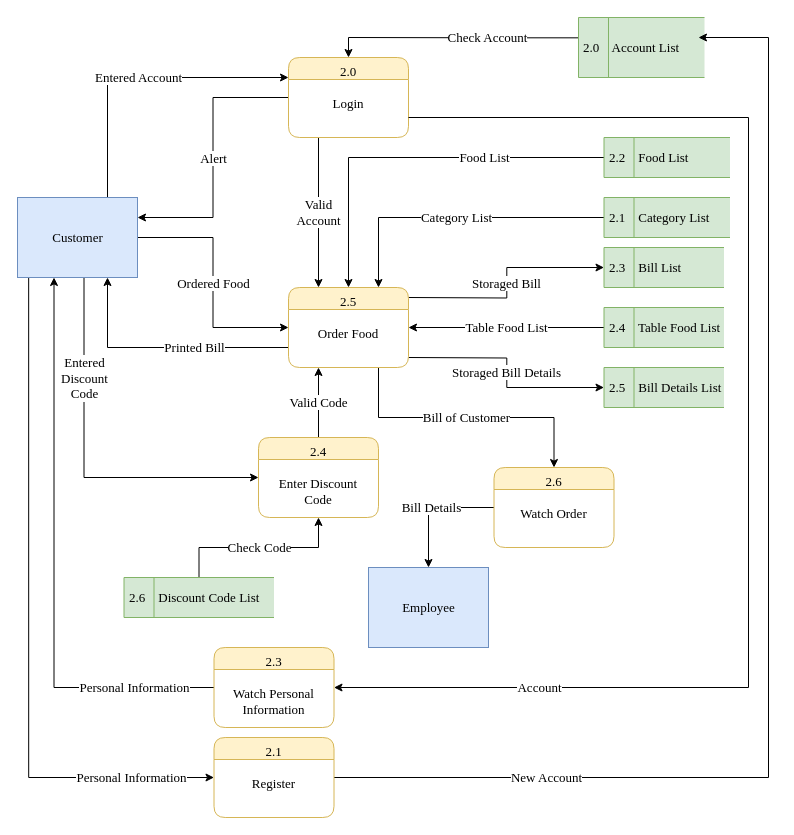
daomtthuan/do-an keeps this draw.io diagram as page "Level 2 - Customer" (6 of 9) of document/diagram/dfd.drawio. Above is the earlier version. Source tidied: cells renumbered, new cells numbered last; positions are measured from the earlier drawing's top-left corner, leaving out a move shared by most shapes. Both pictures are drawn from the tidied source at 100%, with x=0, y=0 at pixel (17, 17).
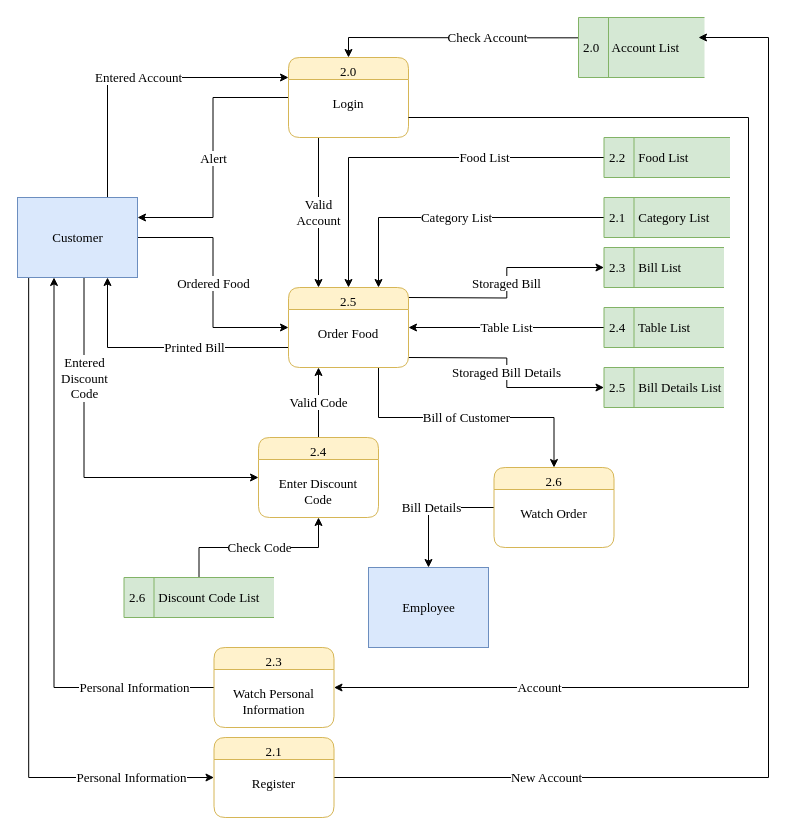
Above is the later version.

The change refers to these unchanged cells:
```xml
<mxCell id="20" value="2.5&#10;&#10;Order Food" style="swimlane;fontStyle=0;horizontal=1;startSize=22;fillColor=#fff2cc;swimlaneFillColor=#ffffff;rounded=1;strokeWidth=1;verticalAlign=top;arcSize=17;labelPosition=center;verticalLabelPosition=middle;align=center;fontFamily=Times New Roman;strokeColor=#d6b656;fontSize=13;" parent="1" vertex="1">
  <mxGeometry x="271" y="270" width="120" height="80" as="geometry" />
</mxCell>
```

The edit, as a diff of the source:
```diff
@@
-    <mxCell id="30" value="Table Food List" style="edgeStyle=orthogonalEdgeStyle;rounded=0;jettySize=auto;html=1;entryX=1;entryY=0.5;entryDx=0;entryDy=0;fontFamily=Times New Roman;fontSize=13;" parent="1" edge="1" source="31" target="20">
+    <mxCell id="30" value="Table List" style="edgeStyle=orthogonalEdgeStyle;rounded=0;jettySize=auto;html=1;entryX=1;entryY=0.5;entryDx=0;entryDy=0;fontFamily=Times New Roman;fontSize=13;" parent="1" edge="1" source="31" target="20">
       <mxGeometry relative="1" as="geometry" />
     </mxCell>
-    <mxCell id="31" value="2.4&amp;nbsp; &amp;nbsp; Table Food List" style="html=1;dashed=0;whitespace=wrap;shape=mxgraph.dfd.dataStoreID;align=left;spacingLeft=3;points=[[0,0],[0.5,0],[1,0],[0,0.5],[1,0.5],[0,1],[0.5,1],[1,1]];fillColor=#d5e8d4;strokeColor=#82b366;fontFamily=Times New Roman;fontSize=13;" parent="1" vertex="1">
+    <mxCell id="31" value="2.4&amp;nbsp; &amp;nbsp; Table List" style="html=1;dashed=0;whitespace=wrap;shape=mxgraph.dfd.dataStoreID;align=left;spacingLeft=3;points=[[0,0],[0.5,0],[1,0],[0,0.5],[1,0.5],[0,1],[0.5,1],[1,1]];fillColor=#d5e8d4;strokeColor=#82b366;fontFamily=Times New Roman;fontSize=13;" parent="1" vertex="1">
       <mxGeometry x="586.5" y="290" width="120" height="40" as="geometry" />
     </mxCell>
```
